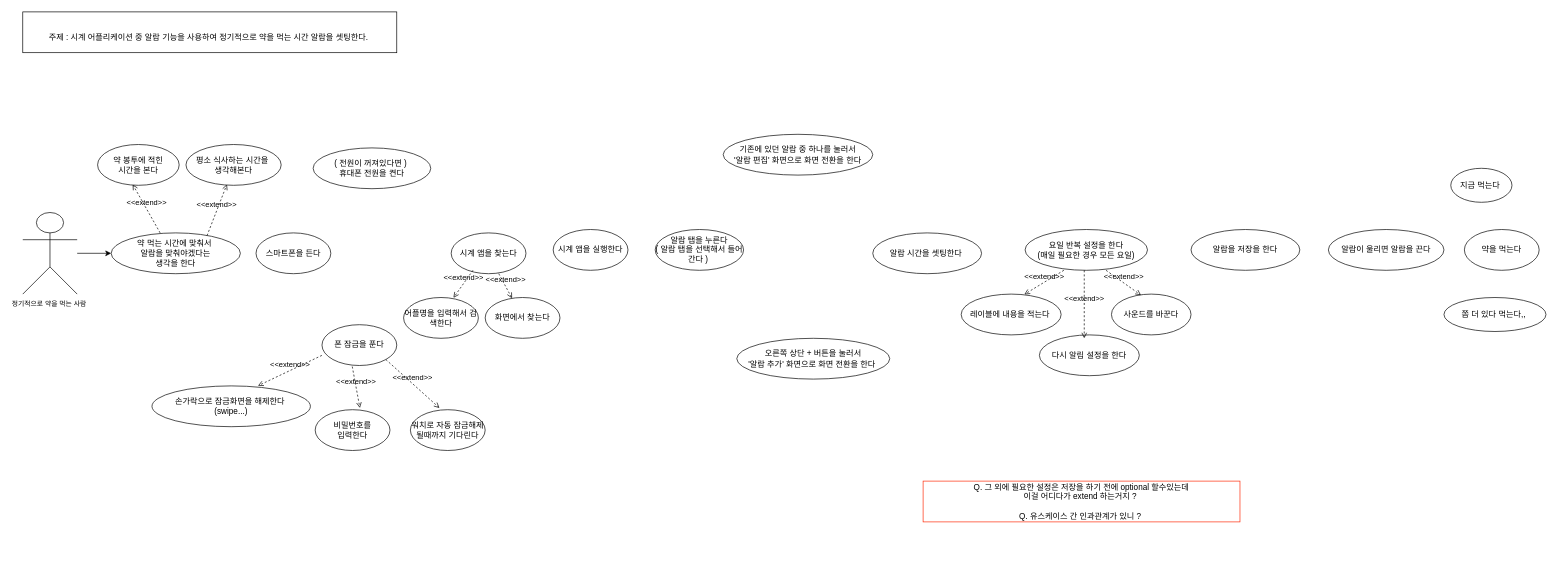
This is usecase_diagram/alarm_application(0829).drawio from Jin-bright/diagram_study, a draw.io file, before an edit. Source tidied: cells renumbered, new cells numbered last; positions are measured from the earlier drawing's top-left corner, leaving out a move shared by most shapes. Both pictures are drawn from the tidied source at 68%, with x=0, y=0 at pixel (22, 12).
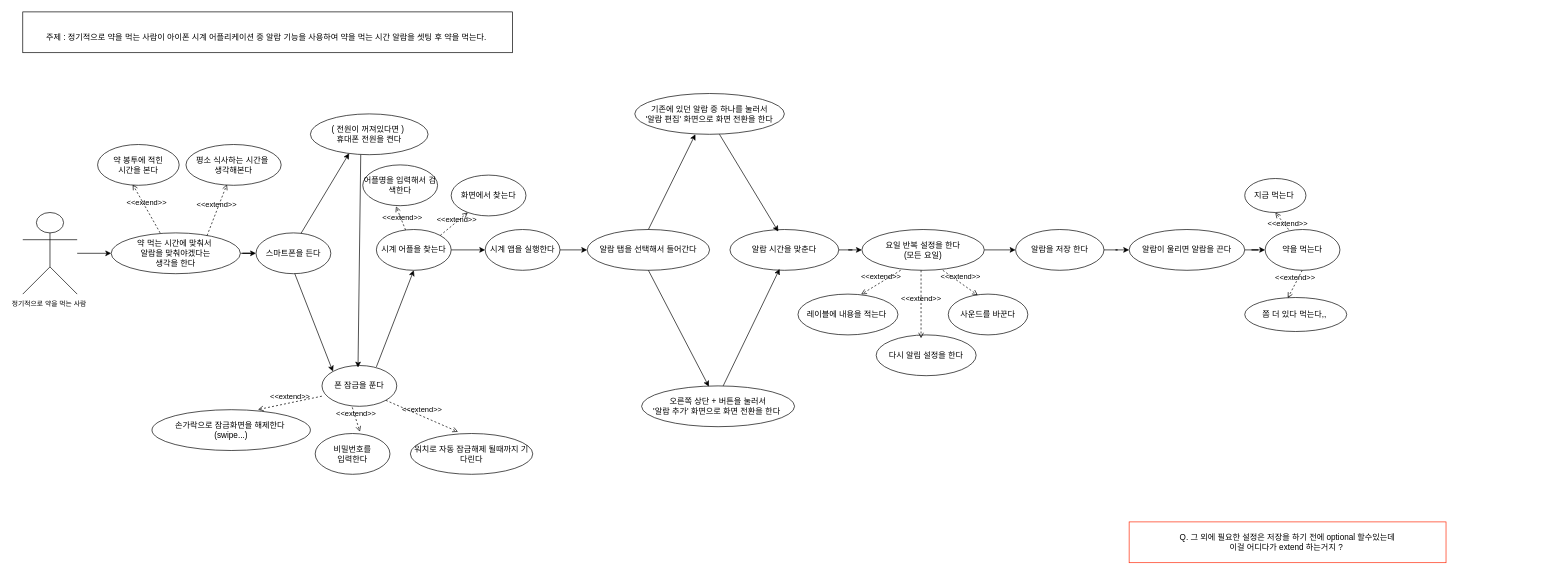
After the change.

Unchanged cells that the change refers to:
```xml
<mxCell id="4" value="스마트폰을 든다" style="ellipse;whiteSpace=wrap;html=1;" parent="1" vertex="1">
  <mxGeometry x="343" y="325" width="110" height="60" as="geometry" />
</mxCell>
<mxCell id="21" value="약 먹는 시간에 맞춰서&amp;nbsp;&lt;br&gt;알람을 맞춰야겠다는&lt;br&gt;생각을 한다" style="ellipse;whiteSpace=wrap;html=1;" parent="1" vertex="1">
  <mxGeometry x="130" y="325" width="190" height="60" as="geometry" />
</mxCell>
```

What changed in the source:
```diff
@@
+    <mxCell id="42" style="edgeStyle=orthogonalEdgeStyle;rounded=0;jettySize=auto;html=1;" parent="1" edge="1" source="5" target="6">
+      <mxGeometry relative="1" as="geometry" />
+    </mxCell>
     <mxCell id="5" value="시계 앱을 실행한다" style="ellipse;whiteSpace=wrap;html=1;" parent="1" vertex="1">
-      <mxGeometry x="780" y="320" width="110" height="60" as="geometry" />
+      <mxGeometry x="680" y="320" width="110" height="60" as="geometry" />
     </mxCell>
-    <mxCell id="6" value="알람 탭을 누른다&lt;br&gt;( 알람 탭을 선택해서 들어간다 )&amp;nbsp;" style="ellipse;whiteSpace=wrap;html=1;" parent="1" vertex="1">
-      <mxGeometry x="930" y="320" width="130" height="60" as="geometry" />
+    <mxCell id="6" value="알람 탭을 선택해서 들어간다" style="ellipse;whiteSpace=wrap;html=1;" parent="1" vertex="1">
+      <mxGeometry x="830" y="320" width="180" height="60" as="geometry" />
     </mxCell>
     <mxCell id="7" value="기존에 있던 알람 중 하나를 눌러서 &lt;br&gt;'알람 편집'&amp;nbsp;화면으로 화면 전환을 한다" style="ellipse;whiteSpace=wrap;html=1;" parent="1" vertex="1">
-      <mxGeometry x="1030" y="180" width="220" height="60" as="geometry" />
+      <mxGeometry x="900" y="120" width="220" height="60" as="geometry" />
     </mxCell>
     <mxCell id="8" value="오른쪽 상단 + 버튼을 눌러서 &lt;br&gt;'알람 추가' 화면으로 화면 전환을 한다&amp;nbsp;" style="ellipse;whiteSpace=wrap;html=1;" parent="1" vertex="1">
-      <mxGeometry x="1050" y="480" width="225" height="60" as="geometry" />
+      <mxGeometry x="910" y="550" width="225" height="60" as="geometry" />
     </mxCell>
+    <mxCell id="43" style="edgeStyle=orthogonalEdgeStyle;rounded=0;jettySize=auto;html=1;" parent="1" edge="1" source="9" target="10">
+      <mxGeometry relative="1" as="geometry" />
+    </mxCell>
     <mxCell id="9" value="알람이 울리면 알람을 끈다" style="ellipse;whiteSpace=wrap;html=1;" parent="1" vertex="1">
-      <mxGeometry x="1920" y="320" width="170" height="60" as="geometry" />
+      <mxGeometry x="1627" y="320" width="170" height="60" as="geometry" />
     </mxCell>
     <mxCell id="10" value="약을 먹는다" style="ellipse;whiteSpace=wrap;html=1;" parent="1" vertex="1">
-      <mxGeometry x="2120" y="320" width="110" height="60" as="geometry" />
+      <mxGeometry x="1827" y="320" width="110" height="60" as="geometry" />
     </mxCell>
     <mxCell id="11" value="지금 먹는다&amp;nbsp;" style="ellipse;whiteSpace=wrap;html=1;" parent="1" vertex="1">
-      <mxGeometry x="2100" y="230" width="90" height="50" as="geometry" />
+      <mxGeometry x="1797" y="245" width="90" height="50" as="geometry" />
     </mxCell>
-    <mxCell id="12" value="&lt;br&gt;주제 : 시계 어플리케이션 중 알람 기능을 사용하여 정기적으로 약을 먹는 시간 알람을 셋팅한다.&amp;nbsp;&lt;br&gt;" style="rounded=0;whiteSpace=wrap;html=1;" parent="1" vertex="1">
-      <mxGeometry width="550" height="60" as="geometry" />
+    <mxCell id="12" value="&lt;br&gt;주제 : 정기적으로 약을 먹는 사람이 아이폰 시계 어플리케이션 중 알람 기능을 사용하여 약을 먹는 시간 알람을 셋팅 후 약을 먹는다.&amp;nbsp;" style="rounded=0;whiteSpace=wrap;html=1;" parent="1" vertex="1">
+      <mxGeometry width="720" height="60" as="geometry" />
     </mxCell>
     <mxCell id="13" value="폰 잠금을 푼다" style="ellipse;whiteSpace=wrap;html=1;" parent="1" vertex="1">
-      <mxGeometry x="440" y="460" width="110" height="60" as="geometry" />
+      <mxGeometry x="440" y="520" width="110" height="60" as="geometry" />
     </mxCell>
     <mxCell id="14" value="( 전원이 꺼져있다면 )&amp;nbsp;&lt;br&gt;휴대폰 전원을 켠다" style="ellipse;whiteSpace=wrap;html=1;" parent="1" vertex="1">
-      <mxGeometry x="427" y="200" width="173" height="60" as="geometry" />
+      <mxGeometry x="423" y="150" width="173" height="60" as="geometry" />
     </mxCell>
+    <mxCell id="44" style="edgeStyle=orthogonalEdgeStyle;rounded=0;jettySize=auto;html=1;" parent="1" edge="1" source="15" target="5">
+      <mxGeometry relative="1" as="geometry" />
+    </mxCell>
-    <mxCell id="15" value="시계 앱을 찾는다" style="ellipse;whiteSpace=wrap;html=1;" parent="1" vertex="1">
-      <mxGeometry x="630" y="325" width="110" height="60" as="geometry" />
+    <mxCell id="15" value="시계 어플을 찾는다" style="ellipse;whiteSpace=wrap;html=1;" parent="1" vertex="1">
+      <mxGeometry x="520" y="320" width="110" height="60" as="geometry" />
     </mxCell>
     <mxCell id="16" value="손가락으로 잠금화면을 해제한다&amp;nbsp;&lt;br&gt;(swipe...)" style="ellipse;whiteSpace=wrap;html=1;" parent="1" vertex="1">
-      <mxGeometry x="190" y="550" width="233" height="60" as="geometry" />
+      <mxGeometry x="190" y="585" width="233" height="60" as="geometry" />
     </mxCell>
     <mxCell id="17" value="비밀번호를 &lt;br&gt;입력한다" style="ellipse;whiteSpace=wrap;html=1;" parent="1" vertex="1">
-      <mxGeometry x="430" y="585" width="110" height="60" as="geometry" />
+      <mxGeometry x="430" y="620" width="110" height="60" as="geometry" />
     </mxCell>
     <mxCell id="18" value="워치로 자동 잠금해제 될때까지 기다린다" style="ellipse;whiteSpace=wrap;html=1;" parent="1" vertex="1">
-      <mxGeometry x="570" y="585" width="110" height="60" as="geometry" />
+      <mxGeometry x="570" y="620" width="180" height="60" as="geometry" />
     </mxCell>
     <mxCell id="19" value="화면에서 찾는다" style="ellipse;whiteSpace=wrap;html=1;" parent="1" vertex="1">
-      <mxGeometry x="680" y="420" width="110" height="60" as="geometry" />
+      <mxGeometry x="630" y="240" width="110" height="60" as="geometry" />
     </mxCell>
     <mxCell id="20" value="어플명을 입력해서 검색한다" style="ellipse;whiteSpace=wrap;html=1;" parent="1" vertex="1">
-      <mxGeometry x="560" y="420" width="110" height="60" as="geometry" />
+      <mxGeometry x="500" y="225" width="110" height="60" as="geometry" />
     </mxCell>
+    <mxCell id="45" style="edgeStyle=orthogonalEdgeStyle;rounded=0;jettySize=auto;html=1;" parent="1" edge="1" source="21" target="4">
+      <mxGeometry relative="1" as="geometry" />
+    </mxCell>
@@
+    <mxCell id="46" style="edgeStyle=orthogonalEdgeStyle;rounded=0;jettySize=auto;html=1;" parent="1" edge="1" source="26" target="28">
+      <mxGeometry relative="1" as="geometry" />
+    </mxCell>
-    <mxCell id="26" value="알람 시간을 셋팅한다&amp;nbsp;" style="ellipse;whiteSpace=wrap;html=1;" parent="1" vertex="1">
-      <mxGeometry x="1250" y="325" width="160" height="60" as="geometry" />
+    <mxCell id="26" value="알람 시간을 맞춘다" style="ellipse;whiteSpace=wrap;html=1;" parent="1" vertex="1">
+      <mxGeometry x="1040" y="320" width="160" height="60" as="geometry" />
     </mxCell>
+    <mxCell id="47" style="edgeStyle=orthogonalEdgeStyle;rounded=0;jettySize=auto;html=1;" parent="1" edge="1" source="27" target="9">
+      <mxGeometry relative="1" as="geometry" />
+    </mxCell>
-    <mxCell id="27" value="알람을 저장을 한다" style="ellipse;whiteSpace=wrap;html=1;" parent="1" vertex="1">
-      <mxGeometry x="1718" y="320" width="160" height="60" as="geometry" />
+    <mxCell id="27" value="알람을 저장 한다" style="ellipse;whiteSpace=wrap;html=1;" parent="1" vertex="1">
+      <mxGeometry x="1460" y="320" width="130" height="60" as="geometry" />
     </mxCell>
+    <mxCell id="48" style="edgeStyle=orthogonalEdgeStyle;rounded=0;jettySize=auto;html=1;" parent="1" edge="1" source="28" target="27">
+      <mxGeometry relative="1" as="geometry" />
+    </mxCell>
-    <mxCell id="28" value="요일 반복 설정을 한다&lt;br&gt;(매일 필요한 경우 모든 요일)" style="ellipse;whiteSpace=wrap;html=1;" parent="1" vertex="1">
-      <mxGeometry x="1474" y="320" width="180" height="60" as="geometry" />
+    <mxCell id="28" value="요일 반복 설정을 한다&lt;br&gt;(모든 요일)" style="ellipse;whiteSpace=wrap;html=1;" parent="1" vertex="1">
+      <mxGeometry x="1234" y="320" width="180" height="60" as="geometry" />
     </mxCell>
     <mxCell id="29" value="레이블에 내용을 적는다&amp;nbsp;" style="ellipse;whiteSpace=wrap;html=1;" parent="1" vertex="1">
-      <mxGeometry x="1380" y="415" width="147" height="60" as="geometry" />
+      <mxGeometry x="1140" y="415" width="147" height="60" as="geometry" />
     </mxCell>
-    <mxCell id="30" value="Q. 그 외에 필요한 설정은 저장을 하기 전에 optional 할수있는데 &lt;br&gt;이걸 어디다가 extend 하는거지 ?&amp;nbsp;&lt;br&gt;&lt;br&gt;Q. 유스케이스 간 인과관계가 있니 ?&amp;nbsp;" style="rounded=0;whiteSpace=wrap;html=1;strokeColor=#FF2908;" parent="1" vertex="1">
-      <mxGeometry x="1324" y="690" width="466" height="60" as="geometry" />
+    <mxCell id="30" value="Q. 그 외에 필요한 설정은 저장을 하기 전에 optional 할수있는데 &lt;br&gt;이걸 어디다가 extend 하는거지 ?&amp;nbsp;&lt;br&gt;" style="rounded=0;whiteSpace=wrap;html=1;strokeColor=#FF2908;" parent="1" vertex="1">
+      <mxGeometry x="1627" y="750" width="466" height="60" as="geometry" />
     </mxCell>
     <mxCell id="31" value="사운드를 바꾼다" style="ellipse;whiteSpace=wrap;html=1;" parent="1" vertex="1">
-      <mxGeometry x="1601" y="415" width="117" height="60" as="geometry" />
+      <mxGeometry x="1361" y="415" width="117" height="60" as="geometry" />
     </mxCell>
     <mxCell id="32" value="다시 알림 설정을 한다" style="ellipse;whiteSpace=wrap;html=1;" parent="1" vertex="1">
-      <mxGeometry x="1495" y="475" width="147" height="60" as="geometry" />
+      <mxGeometry x="1255" y="475" width="147" height="60" as="geometry" />
     </mxCell>
     <mxCell id="33" value="&amp;lt;&amp;lt;extend&amp;gt;&amp;gt;" style="html=1;verticalAlign=bottom;labelBackgroundColor=none;endArrow=open;endFill=0;dashed=1;rounded=0;entryX=0.371;entryY=0.026;entryDx=0;entryDy=0;entryPerimeter=0;exitX=0.742;exitY=0.066;exitDx=0;exitDy=0;exitPerimeter=0;" parent="1" edge="1" target="31">
       <mxGeometry relative="1" as="geometry">
-        <mxPoint x="1593" y="380" as="sourcePoint" />
+        <mxPoint x="1353" y="380" as="sourcePoint" />
       </mxGeometry>
     </mxCell>
     <mxCell id="34" value="&amp;lt;&amp;lt;extend&amp;gt;&amp;gt;" style="html=1;verticalAlign=bottom;labelBackgroundColor=none;endArrow=open;endFill=0;dashed=1;rounded=0;entryX=0.632;entryY=0.007;entryDx=0;entryDy=0;entryPerimeter=0;" parent="1" edge="1" target="29">
       <mxGeometry relative="1" as="geometry">
-        <mxPoint x="1531" y="380" as="sourcePoint" />
+        <mxPoint x="1291" y="380" as="sourcePoint" />
       </mxGeometry>
     </mxCell>
     <mxCell id="35" value="&amp;lt;&amp;lt;extend&amp;gt;&amp;gt;" style="html=1;verticalAlign=bottom;labelBackgroundColor=none;endArrow=open;endFill=0;dashed=1;rounded=0;entryX=0.449;entryY=0.083;entryDx=0;entryDy=0;entryPerimeter=0;exitX=0.742;exitY=0.066;exitDx=0;exitDy=0;exitPerimeter=0;" parent="1" edge="1" target="32">
       <mxGeometry relative="1" as="geometry">
-        <mxPoint x="1561" y="380" as="sourcePoint" />
+        <mxPoint x="1321" y="380" as="sourcePoint" />
       </mxGeometry>
     </mxCell>
     <mxCell id="36" value="쫌 더 있다 먹는다,,&amp;nbsp;" style="ellipse;whiteSpace=wrap;html=1;" parent="1" vertex="1">
-      <mxGeometry x="2090" y="420" width="150" height="50" as="geometry" />
+      <mxGeometry x="1797" y="420" width="150" height="50" as="geometry" />
     </mxCell>
@@
-    <mxCell id="40" value="&amp;lt;&amp;lt;extend&amp;gt;&amp;gt;" style="html=1;verticalAlign=bottom;labelBackgroundColor=none;endArrow=open;endFill=0;dashed=1;rounded=0;entryX=0.667;entryY=0.007;entryDx=0;entryDy=0;entryPerimeter=0;exitX=-0.001;exitY=0.752;exitDx=0;exitDy=0;exitPerimeter=0;" parent="1" edge="1" target="20">
-      <mxGeometry relative="1" as="geometry">
-        <mxPoint x="662" y="380" as="sourcePoint" />
-      </mxGeometry>
+    <mxCell id="40" value="&amp;lt;&amp;lt;extend&amp;gt;&amp;gt;" style="html=1;verticalAlign=bottom;labelBackgroundColor=none;endArrow=open;endFill=0;dashed=1;rounded=0;entryX=0.445;entryY=1.017;entryDx=0;entryDy=0;entryPerimeter=0;" parent="1" edge="1" source="15" target="20">
+      <mxGeometry x="-0.47" y="1" relative="1" as="geometry" />
     </mxCell>
-    <mxCell id="41" value="&amp;lt;&amp;lt;extend&amp;gt;&amp;gt;" style="html=1;verticalAlign=bottom;labelBackgroundColor=none;endArrow=open;endFill=0;dashed=1;rounded=0;exitX=1;exitY=1;exitDx=0;exitDy=0;" parent="1" edge="1" target="19">
-      <mxGeometry relative="1" as="geometry">
-        <mxPoint x="700" y="385" as="sourcePoint" />
-      </mxGeometry>
+    <mxCell id="41" value="&amp;lt;&amp;lt;extend&amp;gt;&amp;gt;" style="html=1;verticalAlign=bottom;labelBackgroundColor=none;endArrow=open;endFill=0;dashed=1;rounded=0;exitX=1;exitY=0;exitDx=0;exitDy=0;" parent="1" edge="1" source="15" target="19">
+      <mxGeometry x="0.05" y="-4" relative="1" as="geometry" />
     </mxCell>
+    <mxCell id="49" style="endArrow=classic;html=1;rounded=0;entryX=0.329;entryY=0.967;entryDx=0;entryDy=0;entryPerimeter=0;exitX=0.591;exitY=0.033;exitDx=0;exitDy=0;exitPerimeter=0;" parent="1" edge="1" target="14">
+      <mxGeometry relative="1" as="geometry">
+        <mxPoint x="409" y="326" as="sourcePoint" />
+      </mxGeometry>
+    </mxCell>
+    <mxCell id="50" style="endArrow=classic;html=1;rounded=0;exitX=0.591;exitY=0.033;exitDx=0;exitDy=0;exitPerimeter=0;entryX=0;entryY=0;entryDx=0;entryDy=0;" parent="1" edge="1" target="13">
+      <mxGeometry relative="1" as="geometry">
+        <mxPoint x="400" y="385" as="sourcePoint" />
+      </mxGeometry>
+    </mxCell>
+    <mxCell id="51" style="endArrow=classic;html=1;rounded=0;entryX=0.6;entryY=0.05;entryDx=0;entryDy=0;entryPerimeter=0;" parent="1" edge="1">
+      <mxGeometry relative="1" as="geometry">
+        <mxPoint x="497" y="210" as="sourcePoint" />
+        <mxPoint x="493" y="523" as="targetPoint" />
+      </mxGeometry>
+    </mxCell>
+    <mxCell id="52" style="endArrow=classic;html=1;rounded=0;entryX=0.5;entryY=1;entryDx=0;entryDy=0;" parent="1" edge="1" target="15">
+      <mxGeometry relative="1" as="geometry">
+        <mxPoint x="520" y="522" as="sourcePoint" />
+      </mxGeometry>
+    </mxCell>
+    <mxCell id="53" style="endArrow=classic;html=1;rounded=0;entryX=0.405;entryY=1;entryDx=0;entryDy=0;entryPerimeter=0;exitX=0.5;exitY=0;exitDx=0;exitDy=0;" parent="1" edge="1" source="6" target="7">
+      <mxGeometry relative="1" as="geometry" />
+    </mxCell>
+    <mxCell id="54" style="endArrow=classic;html=1;rounded=0;exitX=0.591;exitY=0.033;exitDx=0;exitDy=0;exitPerimeter=0;entryX=0.44;entryY=0.017;entryDx=0;entryDy=0;entryPerimeter=0;" parent="1" edge="1" target="8">
+      <mxGeometry relative="1" as="geometry">
+        <mxPoint x="920" y="380" as="sourcePoint" />
+      </mxGeometry>
+    </mxCell>
+    <mxCell id="55" style="endArrow=classic;html=1;rounded=0;entryX=0.444;entryY=0.05;entryDx=0;entryDy=0;entryPerimeter=0;" parent="1" edge="1" target="26">
+      <mxGeometry relative="1" as="geometry">
+        <mxPoint x="1024.5" y="180" as="sourcePoint" />
+      </mxGeometry>
+    </mxCell>
+    <mxCell id="56" style="endArrow=classic;html=1;rounded=0;entryX=0.456;entryY=0.967;entryDx=0;entryDy=0;entryPerimeter=0;" parent="1" edge="1" target="26">
+      <mxGeometry relative="1" as="geometry">
+        <mxPoint x="1030" y="550" as="sourcePoint" />
+      </mxGeometry>
+    </mxCell>
+    <mxCell id="57" value="&amp;lt;&amp;lt;extend&amp;gt;&amp;gt;" style="html=1;verticalAlign=bottom;labelBackgroundColor=none;endArrow=open;endFill=0;dashed=1;rounded=0;exitX=1;exitY=0;exitDx=0;exitDy=0;entryX=0.5;entryY=1;entryDx=0;entryDy=0;" parent="1" edge="1" target="11">
+      <mxGeometry x="-0.94" y="1" relative="1" as="geometry">
+        <mxPoint x="1861.5" y="320" as="sourcePoint" />
+      </mxGeometry>
+    </mxCell>
+    <mxCell id="58" value="&amp;lt;&amp;lt;extend&amp;gt;&amp;gt;" style="html=1;verticalAlign=bottom;labelBackgroundColor=none;endArrow=open;endFill=0;dashed=1;rounded=0;entryX=0.422;entryY=0.018;entryDx=0;entryDy=0;entryPerimeter=0;exitX=0.742;exitY=0.066;exitDx=0;exitDy=0;exitPerimeter=0;" parent="1" edge="1" target="36">
+      <mxGeometry relative="1" as="geometry">
+        <mxPoint x="1881.5" y="380" as="sourcePoint" />
+      </mxGeometry>
+    </mxCell>
```
